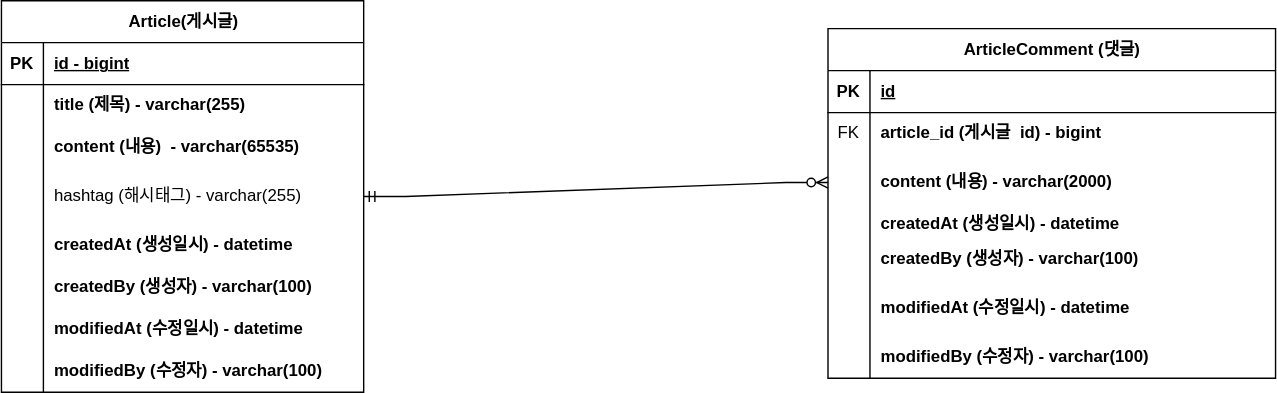
Earlier version of the draw.io export document/project-board-erd.drawio.svg (Lee-Kyuhwun/project-board). Source tidied: cells renumbered, new cells last; positions are measured from the earlier drawing's top-left corner, leaving out a move shared by most shapes.
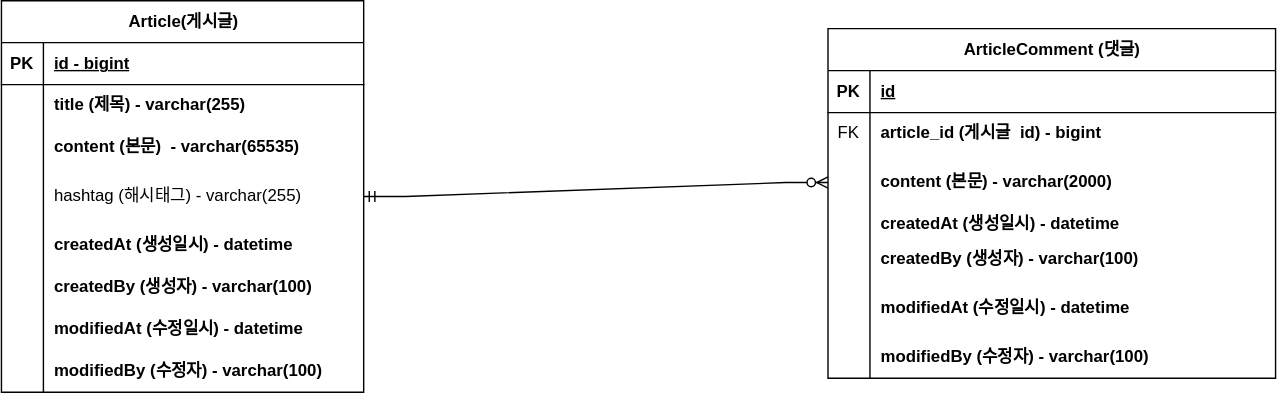
The same file after the commit.

Commit message:
#10 - ERD 주석 업데이트 project-board-erd.drawio.svg 업데이트

Change to the diagram source:
```diff
@@ -29,7 +29,7 @@
     <mxCell id="10" style="shape=partialRectangle;fillColor=none;top=0;left=0;bottom=0;right=0;overflow=hidden;whiteSpace=wrap;html=1;" parent="9" vertex="1">
       <mxGeometry width="30" height="30" as="geometry" />
     </mxCell>
-    <mxCell id="11" value="content (내용)&amp;nbsp; - varchar(65535)" style="shape=partialRectangle;fillColor=none;top=0;left=0;bottom=0;right=0;align=left;spacingLeft=6;overflow=hidden;whiteSpace=wrap;html=1;fontStyle=1;" parent="9" vertex="1">
+    <mxCell id="11" value="content (본문)&amp;nbsp; - varchar(65535)" style="shape=partialRectangle;fillColor=none;top=0;left=0;bottom=0;right=0;align=left;spacingLeft=6;overflow=hidden;whiteSpace=wrap;html=1;fontStyle=1;" parent="9" vertex="1">
       <mxGeometry x="30" width="229" height="30" as="geometry" />
     </mxCell>
     <mxCell id="12" style="shape=tableRow;horizontal=0;startSize=0;swimlaneHead=0;swimlaneBody=0;fillColor=none;points=[[0,0.5],[1,0.5]];portConstraint=eastwest;top=0;left=0;right=0;bottom=0;" parent="2" vertex="1">
@@ -104,7 +104,7 @@
     <mxCell id="35" style="shape=partialRectangle;fillColor=none;top=0;left=0;bottom=0;right=0;overflow=hidden;whiteSpace=wrap;html=1;" parent="34" vertex="1">
       <mxGeometry width="30" height="40" as="geometry" />
     </mxCell>
-    <mxCell id="36" value="content (내용) - varchar(2000)" style="shape=partialRectangle;fillColor=none;top=0;left=0;bottom=0;right=0;align=left;spacingLeft=6;overflow=hidden;whiteSpace=wrap;html=1;fontStyle=1;" parent="34" vertex="1">
+    <mxCell id="36" value="content (본문) - varchar(2000)" style="shape=partialRectangle;fillColor=none;top=0;left=0;bottom=0;right=0;align=left;spacingLeft=6;overflow=hidden;whiteSpace=wrap;html=1;fontStyle=1;" parent="34" vertex="1">
       <mxGeometry x="30" width="290" height="40" as="geometry" />
     </mxCell>
     <mxCell id="37" style="shape=tableRow;horizontal=0;startSize=0;swimlaneHead=0;swimlaneBody=0;fillColor=none;top=0;left=0;right=0;bottom=0;" parent="27" vertex="1">
```
